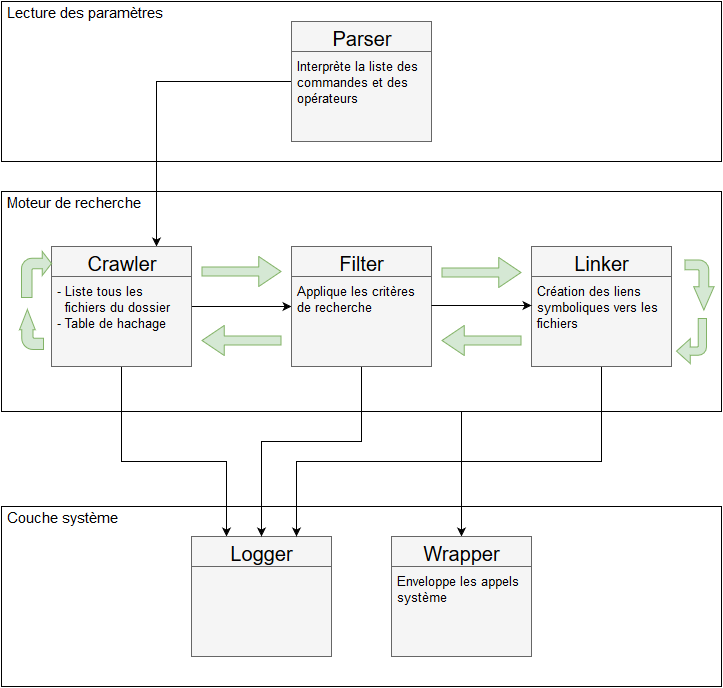
Above: rapport/schemas/global.png in stevenliatti/smartfolder (draw.io), before the change. Source tidied: cells renumbered, new cells last; positions are measured from the earlier drawing's top-left corner, leaving out a move shared by most shapes.
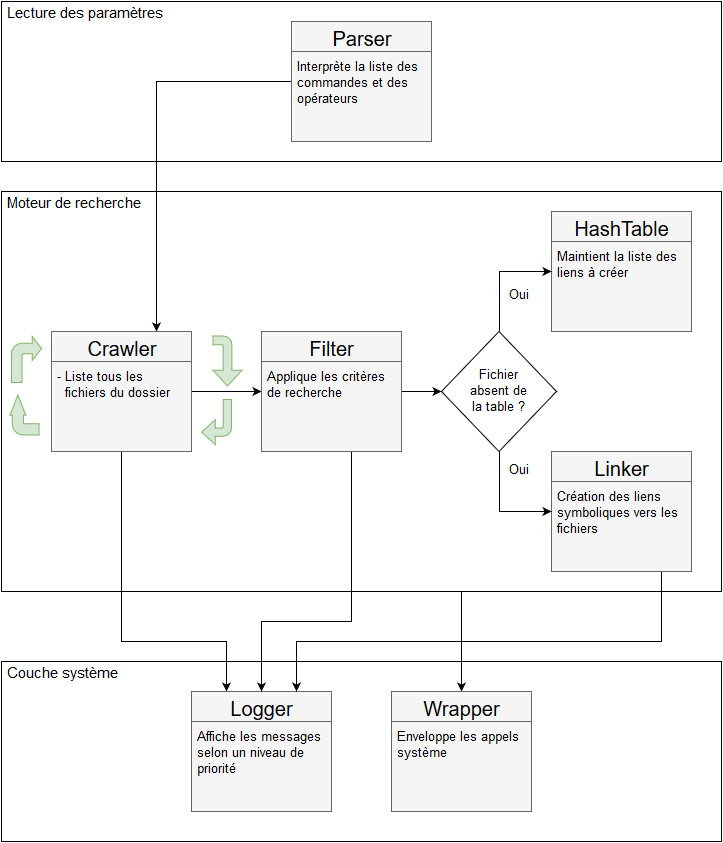
The same file after the commit.

Commit message:
Modif du schéma global en incluant HashTable. Modif de architecture.md. Ajout du schéma du Filter.

Diff of the diagram source:
```diff
@@ -3,7 +3,7 @@
     <mxCell id="0" />
     <mxCell id="1" parent="0" />
     <mxCell id="2" style="whiteSpace=wrap;html=1;spacing=2;" parent="1" vertex="1">
-      <mxGeometry y="505" width="720" height="180" as="geometry" />
+      <mxGeometry y="660" width="720" height="180" as="geometry" />
     </mxCell>
     <mxCell id="3" style="edgeStyle=orthogonalEdgeStyle;rounded=0;html=1;exitX=0.75;exitY=1;jettySize=auto;fontSize=15;" parent="1" edge="1" source="4" target="22">
       <mxGeometry relative="1" as="geometry">
@@ -13,7 +13,7 @@
       </mxGeometry>
     </mxCell>
     <mxCell id="4" style="whiteSpace=wrap;html=1;spacing=2;" parent="1" vertex="1">
-      <mxGeometry y="190" width="720" height="220" as="geometry" />
+      <mxGeometry y="190" width="720" height="400" as="geometry" />
     </mxCell>
     <mxCell id="5" value="Moteur de recherche&lt;br&gt;" style="text;html=1;align=left;verticalAlign=top;spacingTop=-4;spacing=4;spacingRight=0;spacingLeft=2;fontSize=15;" parent="1" vertex="1">
       <mxGeometry y="190" width="160" height="30" as="geometry" />
@@ -40,123 +40,124 @@
     <mxCell id="11" style="edgeStyle=orthogonalEdgeStyle;rounded=0;html=1;exitX=0.5;exitY=1;entryX=0.25;entryY=0;jettySize=auto;fontSize=13;" parent="1" edge="1" source="12" target="14">
       <mxGeometry relative="1" as="geometry">
         <Array as="points">
-          <mxPoint x="120" y="460" />
-          <mxPoint x="225" y="460" />
+          <mxPoint x="120" y="640" />
+          <mxPoint x="225" y="640" />
         </Array>
       </mxGeometry>
     </mxCell>
     <mxCell id="12" value="Crawler" style="whiteSpace=wrap;html=1;fontSize=20;verticalAlign=top;labelBorderColor=none;fillColor=#f5f5f5;strokeColor=#666666;" parent="1" vertex="1">
-      <mxGeometry x="50" y="245" width="140" height="120" as="geometry" />
+      <mxGeometry x="50" y="330" width="140" height="120" as="geometry" />
     </mxCell>
     <mxCell id="13" style="line;strokeWidth=1;html=1;fontSize=20;spacing=2;spacingTop=8;fillColor=#f5f5f5;strokeColor=#666666;" parent="1" vertex="1">
-      <mxGeometry x="50" y="270" width="140" height="10" as="geometry" />
+      <mxGeometry x="50" y="355" width="140" height="10" as="geometry" />
     </mxCell>
     <mxCell id="14" value="Logger" style="whiteSpace=wrap;html=1;fontSize=20;verticalAlign=top;labelBorderColor=none;fillColor=#f5f5f5;strokeColor=#666666;" parent="1" vertex="1">
-      <mxGeometry x="190" y="535" width="140" height="120" as="geometry" />
+      <mxGeometry x="190" y="690" width="140" height="120" as="geometry" />
     </mxCell>
     <mxCell id="15" style="line;strokeWidth=1;html=1;fontSize=20;spacing=2;spacingTop=8;fillColor=#f5f5f5;strokeColor=#666666;" parent="1" vertex="1">
-      <mxGeometry x="190" y="560" width="140" height="10" as="geometry" />
+      <mxGeometry x="190" y="715" width="140" height="10" as="geometry" />
     </mxCell>
+    <mxCell id="40" style="edgeStyle=orthogonalEdgeStyle;rounded=0;html=1;exitX=1;exitY=0.5;entryX=0;entryY=0.5;startSize=6;jettySize=auto;fillColor=#000000;fontSize=13;" parent="1" edge="1" source="17" target="46">
+      <mxGeometry relative="1" as="geometry" />
+    </mxCell>
-    <mxCell id="16" style="edgeStyle=orthogonalEdgeStyle;rounded=0;html=1;exitX=0.5;exitY=1;entryX=0.5;entryY=0;jettySize=auto;fontSize=13;" parent="1" edge="1" source="17" target="14">
+    <mxCell id="16" style="edgeStyle=orthogonalEdgeStyle;rounded=0;html=1;exitX=0.5;exitY=1;entryX=0.5;entryY=0;startSize=6;jettySize=auto;fillColor=#000000;fontSize=13;" parent="1" edge="1" source="17" target="14">
       <mxGeometry relative="1" as="geometry">
         <Array as="points">
-          <mxPoint x="360" y="440" />
-          <mxPoint x="260" y="440" />
+          <mxPoint x="350" y="450" />
+          <mxPoint x="350" y="620" />
+          <mxPoint x="260" y="620" />
         </Array>
       </mxGeometry>
     </mxCell>
     <mxCell id="17" value="Filter" style="whiteSpace=wrap;html=1;fontSize=20;verticalAlign=top;labelBorderColor=none;fillColor=#f5f5f5;strokeColor=#666666;" parent="1" vertex="1">
-      <mxGeometry x="290" y="245" width="140" height="120" as="geometry" />
+      <mxGeometry x="260" y="330" width="140" height="120" as="geometry" />
     </mxCell>
     <mxCell id="18" style="line;strokeWidth=1;html=1;fontSize=20;spacing=2;spacingTop=8;fillColor=#f5f5f5;strokeColor=#666666;" parent="1" vertex="1">
-      <mxGeometry x="290" y="270" width="140" height="10" as="geometry" />
+      <mxGeometry x="260" y="355" width="140" height="10" as="geometry" />
     </mxCell>
     <mxCell id="19" style="edgeStyle=orthogonalEdgeStyle;rounded=0;html=1;exitX=0.5;exitY=1;entryX=0.75;entryY=0;jettySize=auto;fontSize=13;" parent="1" edge="1" source="20" target="14">
       <mxGeometry relative="1" as="geometry">
         <Array as="points">
-          <mxPoint x="600" y="460" />
-          <mxPoint x="295" y="460" />
+          <mxPoint x="660" y="570" />
+          <mxPoint x="660" y="640" />
+          <mxPoint x="295" y="640" />
         </Array>
       </mxGeometry>
     </mxCell>
     <mxCell id="20" value="Linker" style="whiteSpace=wrap;html=1;fontSize=20;verticalAlign=top;labelBorderColor=none;fillColor=#f5f5f5;strokeColor=#666666;" parent="1" vertex="1">
-      <mxGeometry x="530" y="245" width="140" height="120" as="geometry" />
+      <mxGeometry x="550" y="450" width="140" height="120" as="geometry" />
     </mxCell>
     <mxCell id="21" style="line;strokeWidth=1;html=1;fontSize=20;spacing=2;spacingTop=8;fillColor=#f5f5f5;strokeColor=#666666;" parent="1" vertex="1">
-      <mxGeometry x="530" y="270" width="140" height="10" as="geometry" />
+      <mxGeometry x="550" y="475" width="140" height="10" as="geometry" />
     </mxCell>
     <mxCell id="22" value="Wrapper" style="whiteSpace=wrap;html=1;fontSize=20;verticalAlign=top;labelBorderColor=none;fillColor=#f5f5f5;strokeColor=#666666;" parent="1" vertex="1">
-      <mxGeometry x="390" y="535" width="140" height="120" as="geometry" />
+      <mxGeometry x="390" y="690" width="140" height="120" as="geometry" />
     </mxCell>
     <mxCell id="23" style="line;strokeWidth=1;html=1;fontSize=20;spacing=2;spacingTop=8;fillColor=#f5f5f5;strokeColor=#666666;" parent="1" vertex="1">
-      <mxGeometry x="390" y="560" width="140" height="10" as="geometry" />
+      <mxGeometry x="390" y="715" width="140" height="10" as="geometry" />
     </mxCell>
     <mxCell id="24" value="Lecture des paramètres&lt;br&gt;" style="text;html=1;align=left;verticalAlign=top;spacingTop=-4;spacing=4;spacingRight=0;spacingLeft=2;fontSize=15;" parent="1" vertex="1">
       <mxGeometry width="180" height="30" as="geometry" />
     </mxCell>
     <mxCell id="25" value="Couche système&lt;br&gt;" style="text;html=1;align=left;verticalAlign=top;spacingTop=-4;spacing=4;spacingRight=0;spacingLeft=2;fontSize=15;" parent="1" vertex="1">
-      <mxGeometry y="505" width="140" height="30" as="geometry" />
+      <mxGeometry y="660" width="140" height="30" as="geometry" />
     </mxCell>
-    <mxCell id="26" style="edgeStyle=orthogonalEdgeStyle;rounded=0;html=1;exitX=1;exitY=0.5;entryX=0;entryY=0.5;jettySize=auto;orthogonalLoop=1;fontSize=15;" parent="1" edge="1">
-      <mxGeometry x="470" y="344" as="geometry">
-        <mxPoint x="430" y="304" as="sourcePoint" />
-        <mxPoint x="530" y="304" as="targetPoint" />
-        <Array as="points">
-          <mxPoint x="490" y="304" />
-          <mxPoint x="490" y="304" />
-        </Array>
-      </mxGeometry>
-    </mxCell>
     <mxCell id="27" value="Enveloppe les appels&lt;br&gt;système&lt;br&gt;" style="text;html=1;align=left;verticalAlign=top;spacingTop=-4;spacing=4;spacingRight=0;spacingLeft=2;fontSize=13;" parent="1" vertex="1">
-      <mxGeometry x="390" y="570" width="150" height="40" as="geometry" />
+      <mxGeometry x="390" y="725" width="150" height="40" as="geometry" />
     </mxCell>
-    <mxCell id="28" value="- Liste tous les&lt;br&gt;&amp;nbsp; fichiers du dossier&lt;br&gt;- Table de hachage&lt;br&gt;" style="text;html=1;align=left;verticalAlign=top;spacingTop=-4;spacing=4;spacingRight=0;spacingLeft=2;fontSize=13;" parent="1" vertex="1">
-      <mxGeometry x="50" y="280" width="140" height="60" as="geometry" />
+    <mxCell id="28" value="- Liste tous les&lt;br&gt;&amp;nbsp; fichiers du dossier&lt;br&gt;" style="text;html=1;align=left;verticalAlign=top;spacingTop=-4;spacing=4;spacingRight=0;spacingLeft=2;fontSize=13;" parent="1" vertex="1">
+      <mxGeometry x="50" y="365" width="140" height="40" as="geometry" />
     </mxCell>
     <mxCell id="29" value="Applique les critères&lt;br&gt;de recherche&lt;br&gt;" style="text;html=1;align=left;verticalAlign=top;spacingTop=-4;spacing=4;spacingRight=0;spacingLeft=2;fontSize=13;" parent="1" vertex="1">
-      <mxGeometry x="290" y="280" width="140" height="40" as="geometry" />
+      <mxGeometry x="260" y="365" width="140" height="40" as="geometry" />
     </mxCell>
     <mxCell id="30" value="Création des liens&lt;br&gt;symboliques vers les&lt;br&gt;fichiers&lt;br&gt;" style="text;html=1;align=left;verticalAlign=top;spacingTop=-4;points=[];spacing=4;spacingRight=0;spacingLeft=2;fontSize=13;" parent="1" vertex="1">
-      <mxGeometry x="530" y="280" width="150" height="60" as="geometry" />
+      <mxGeometry x="550" y="485" width="150" height="60" as="geometry" />
     </mxCell>
     <mxCell id="31" value="Interprète la liste des &lt;br&gt;commandes et des &lt;br&gt;opérateurs&lt;br&gt;" style="text;html=1;align=left;verticalAlign=top;spacingTop=-4;spacing=4;spacingRight=0;spacingLeft=2;fontSize=13;" parent="1" vertex="1">
       <mxGeometry x="290" y="55" width="150" height="60" as="geometry" />
     </mxCell>
-    <mxCell id="32" style="shape=flexArrow;endArrow=classic;html=1;fillColor=#d5e8d4;fontSize=13;width=9;endSize=7.08;startSize=6;strokeColor=#82b366;" parent="1" edge="1">
-      <mxGeometry relative="1" as="geometry">
-        <mxPoint x="200" y="270" as="sourcePoint" />
-        <mxPoint x="280" y="270" as="targetPoint" />
-      </mxGeometry>
-    </mxCell>
-    <mxCell id="33" style="shape=flexArrow;endArrow=classic;html=1;fillColor=#d5e8d4;fontSize=13;width=9;endSize=7.08;startSize=6;strokeColor=#82b366;" parent="1" edge="1">
-      <mxGeometry relative="1" as="geometry">
-        <mxPoint x="440" y="271" as="sourcePoint" />
-        <mxPoint x="520" y="271" as="targetPoint" />
-      </mxGeometry>
-    </mxCell>
     <mxCell id="34" style="html=1;shadow=0;dashed=0;align=center;verticalAlign=middle;shape=mxgraph.arrows2.bendArrow;dy=4.13;dx=13.75;notch=0;arrowHead=24.75;rounded=1;strokeWidth=1;fontSize=13;fillColor=#d5e8d4;strokeColor=#82b366;rotation=180;" parent="1" vertex="1">
-      <mxGeometry x="675" y="317" width="30" height="45" as="geometry" />
+      <mxGeometry x="200" y="398" width="30" height="45" as="geometry" />
     </mxCell>
-    <mxCell id="35" style="html=1;shadow=0;dashed=0;align=center;verticalAlign=middle;shape=mxgraph.arrows2.bendArrow;dy=4.88;dx=23.25;notch=0;arrowHead=20.25;rounded=1;strokeWidth=1;fontSize=13;fillColor=#d5e8d4;strokeColor=#82b366;rotation=90;" parent="1" vertex="1">
-      <mxGeometry x="673" y="269" width="50" height="29" as="geometry" />
+    <mxCell id="35" style="html=1;shadow=0;dashed=0;align=center;verticalAlign=middle;shape=mxgraph.arrows2.bendArrow;dy=4.38;dx=15.75;notch=0;arrowHead=29;rounded=1;strokeWidth=1;fontSize=13;fillColor=#d5e8d4;strokeColor=#82b366;rotation=90;" parent="1" vertex="1">
+      <mxGeometry x="201" y="345" width="50" height="29" as="geometry" />
     </mxCell>
-    <mxCell id="36" style="shape=flexArrow;endArrow=classic;html=1;fillColor=#d5e8d4;fontSize=13;width=9;endSize=7.08;startSize=6;strokeColor=#82b366;" parent="1" edge="1">
-      <mxGeometry relative="1" as="geometry">
-        <mxPoint x="520" y="339" as="sourcePoint" />
-        <mxPoint x="440" y="339" as="targetPoint" />
-      </mxGeometry>
-    </mxCell>
-    <mxCell id="37" style="shape=flexArrow;endArrow=classic;html=1;fillColor=#d5e8d4;fontSize=13;width=9;endSize=7.08;startSize=6;strokeColor=#82b366;" parent="1" edge="1">
-      <mxGeometry relative="1" as="geometry">
-        <mxPoint x="280" y="339" as="sourcePoint" />
-        <mxPoint x="200" y="339" as="targetPoint" />
-      </mxGeometry>
-    </mxCell>
     <mxCell id="38" style="html=1;shadow=0;dashed=0;align=center;verticalAlign=middle;shape=mxgraph.arrows2.bendArrow;dy=5.25;dx=9.25;notch=0;arrowHead=24;rounded=1;strokeWidth=1;fontSize=13;fillColor=#d5e8d4;strokeColor=#82b366;rotation=0;" parent="1" vertex="1">
-      <mxGeometry x="20" y="250" width="30" height="46" as="geometry" />
+      <mxGeometry x="10" y="335" width="30" height="46" as="geometry" />
     </mxCell>
     <mxCell id="39" style="html=1;shadow=0;dashed=0;align=center;verticalAlign=middle;shape=mxgraph.arrows2.bendArrow;dy=5.63;dx=20.25;notch=0;arrowHead=15.75;rounded=1;strokeWidth=1;fontSize=13;fillColor=#d5e8d4;strokeColor=#82b366;rotation=-90;" parent="1" vertex="1">
-      <mxGeometry x="10" y="316" width="40" height="24" as="geometry" />
+      <mxGeometry x="3" y="399" width="40" height="29" as="geometry" />
     </mxCell>
+    <mxCell id="41" value="HashTable" style="whiteSpace=wrap;html=1;fontSize=20;verticalAlign=top;labelBorderColor=none;fillColor=#f5f5f5;strokeColor=#666666;" parent="1" vertex="1">
+      <mxGeometry x="550" y="210" width="140" height="120" as="geometry" />
+    </mxCell>
+    <mxCell id="42" style="line;strokeWidth=1;html=1;fontSize=20;spacing=2;spacingTop=8;fillColor=#f5f5f5;strokeColor=#666666;" parent="1" vertex="1">
+      <mxGeometry x="550" y="235" width="140" height="10" as="geometry" />
+    </mxCell>
+    <mxCell id="43" value="Maintient la liste des &lt;br&gt;liens à créer&lt;br&gt;" style="text;html=1;align=left;verticalAlign=top;spacingTop=-4;points=[];spacing=4;spacingRight=0;spacingLeft=2;fontSize=13;" parent="1" vertex="1">
+      <mxGeometry x="550" y="245" width="150" height="40" as="geometry" />
+    </mxCell>
+    <mxCell id="44" style="edgeStyle=orthogonalEdgeStyle;rounded=0;html=1;exitX=0.5;exitY=0;entryX=0;entryY=0.625;entryPerimeter=0;startSize=6;jettySize=auto;fillColor=#000000;fontSize=13;" parent="1" edge="1" source="46" target="43">
+      <mxGeometry relative="1" as="geometry" />
+    </mxCell>
+    <mxCell id="45" style="edgeStyle=orthogonalEdgeStyle;rounded=0;html=1;exitX=0.5;exitY=1;entryX=0;entryY=0.417;entryPerimeter=0;startSize=6;jettySize=auto;fillColor=#000000;fontSize=13;" parent="1" edge="1" source="46" target="30">
+      <mxGeometry relative="1" as="geometry" />
+    </mxCell>
+    <mxCell id="46" value="Fichier&lt;br&gt;absent de&lt;br&gt;la table ?&lt;br&gt;" style="rhombus;whiteSpace=wrap;html=1;strokeWidth=1;fontSize=13;" parent="1" vertex="1">
+      <mxGeometry x="440" y="330" width="115" height="120" as="geometry" />
+    </mxCell>
+    <mxCell id="47" value="Oui&lt;br&gt;" style="text;html=1;strokeColor=none;fillColor=none;align=center;verticalAlign=middle;whiteSpace=wrap;fontSize=13;" parent="1" vertex="1">
+      <mxGeometry x="498" y="460" width="40" height="20" as="geometry" />
+    </mxCell>
+    <mxCell id="48" style="edgeStyle=orthogonalEdgeStyle;rounded=0;html=1;exitX=1;exitY=0.5;entryX=1;entryY=0.5;startSize=6;jettySize=auto;orthogonalLoop=1;fillColor=#000000;fontSize=13;" parent="1" edge="1" source="46" target="46">
+      <mxGeometry relative="1" as="geometry" />
+    </mxCell>
+    <mxCell id="49" value="Oui&lt;br&gt;" style="text;html=1;strokeColor=none;fillColor=none;align=center;verticalAlign=middle;whiteSpace=wrap;fontSize=13;" parent="1" vertex="1">
+      <mxGeometry x="498" y="285" width="40" height="20" as="geometry" />
+    </mxCell>
+    <mxCell id="50" value="Affiche les messages&lt;br&gt;selon un niveau de&lt;br&gt;priorité&lt;br&gt;" style="text;html=1;align=left;verticalAlign=top;spacingTop=-4;spacing=4;spacingRight=0;spacingLeft=2;fontSize=13;" parent="1" vertex="1">
+      <mxGeometry x="190" y="725" width="150" height="60" as="geometry" />
+    </mxCell>
   </root>
 </mxGraphModel>
```
